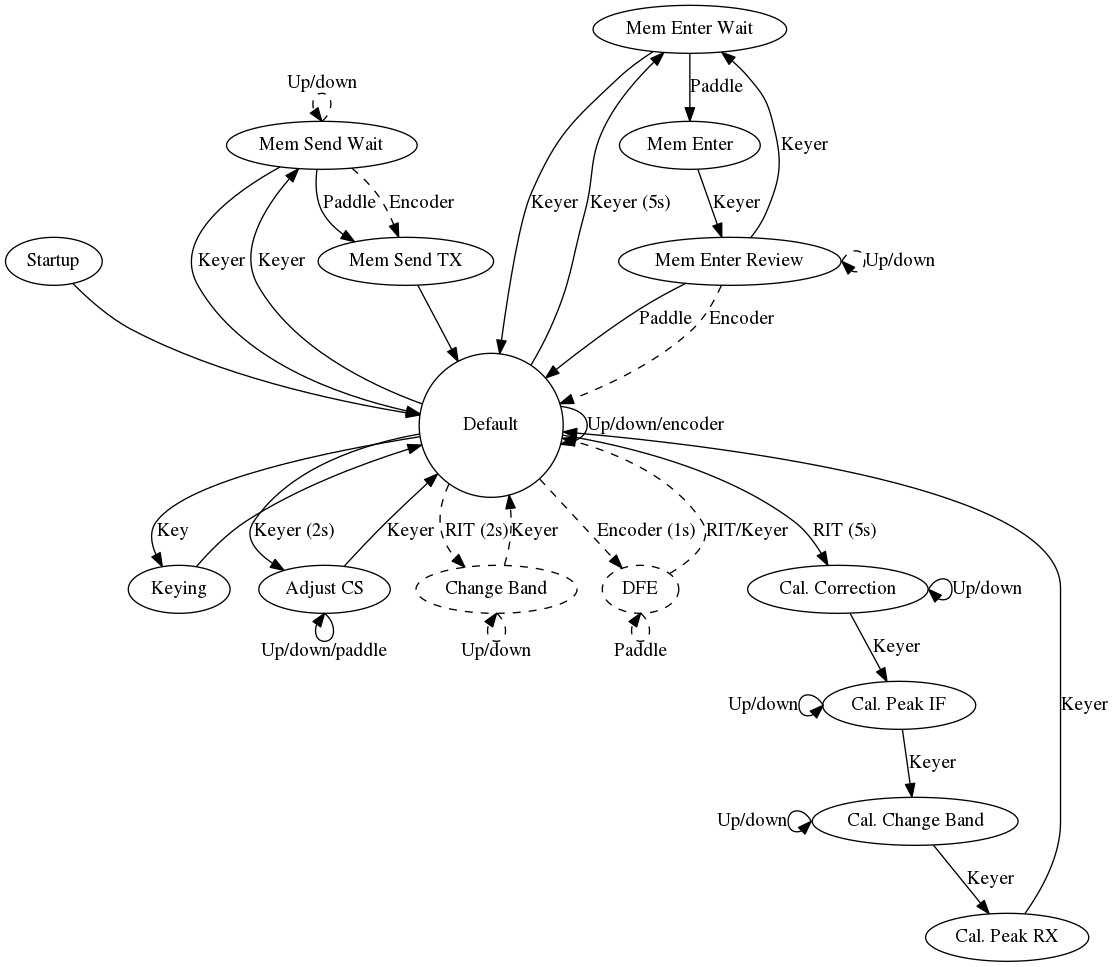
The Graphviz diagram README/states.png in camilstaps/SODA-POP-source, before a commit. Its source is kept beside it as README/states.dot.
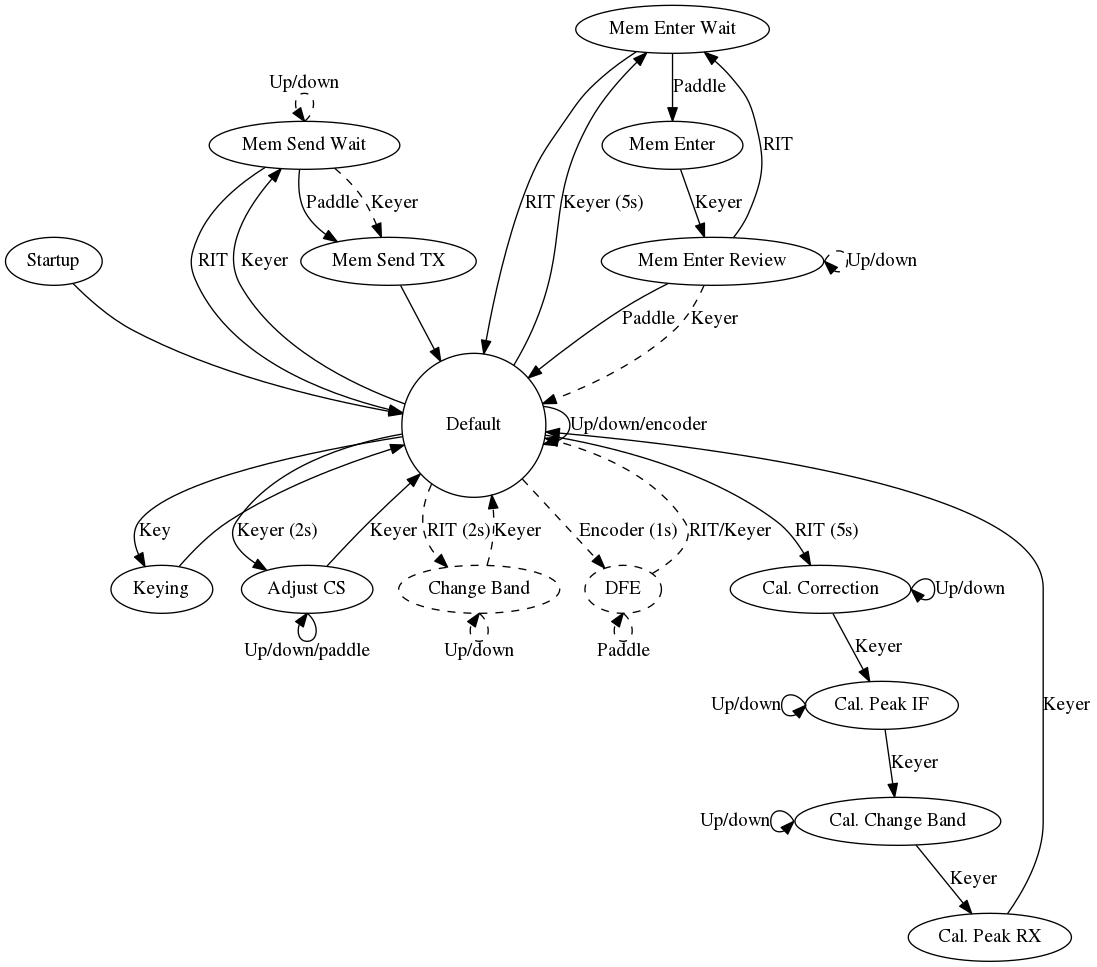
After the commit.

Change to the diagram source:
```diff
@@ -35,20 +35,20 @@
 	dfe -> default [label="RIT/Keyer", style="dashed"];
 
 	default -> mem_send_wait [label="Keyer", constraint=false];
-	mem_send_wait -> default [label="Keyer"];
+	mem_send_wait -> default [label="RIT"];
 	mem_send_wait:n -> mem_send_wait:n [label="Up/down", style="dashed"]
 	mem_send_wait -> mem_send_tx [label="Paddle"];
-	mem_send_wait -> mem_send_tx [label="Encoder", style="dashed"];
+	mem_send_wait -> mem_send_tx [label="Keyer", style="dashed"];
 	mem_send_tx -> default;
 
 	default -> mem_enter_wait [label="Keyer (5s)", constraint=false];
-	mem_enter_wait -> default [label="Keyer"];
+	mem_enter_wait -> default [label="RIT"];
 	mem_enter_wait -> mem_enter [label="Paddle"];
 	mem_enter -> mem_enter_review [label="Keyer"];
-	mem_enter_review -> mem_enter_wait [label="Keyer"];
+	mem_enter_review -> mem_enter_wait [label="RIT"];
 	mem_enter_review:e -> mem_enter_review:e [label="Up/down", style="dashed"];
 	mem_enter_review -> default [label="Paddle"];
-	mem_enter_review -> default [label="Encoder", style="dashed"];
+	mem_enter_review -> default [label="Keyer", style="dashed"];
 
 	default -> cal_correction [label="RIT (5s)"];
 	cal_correction:e -> cal_correction:e [label="Up/down"];
```
